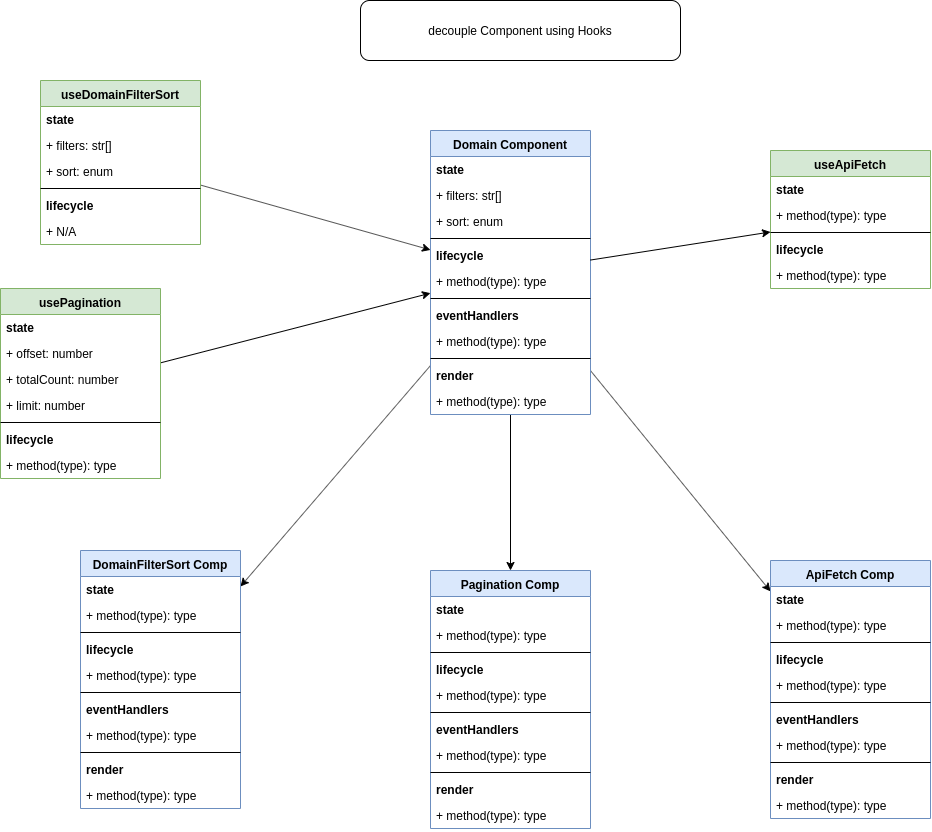
The draw.io diagram hook_decoupling.PNG in stsiwo/react_redux_concept, before a commit. Source tidied: cells renumbered, new cells last; positions are measured from the earlier drawing's top-left corner, leaving out a move shared by most shapes.
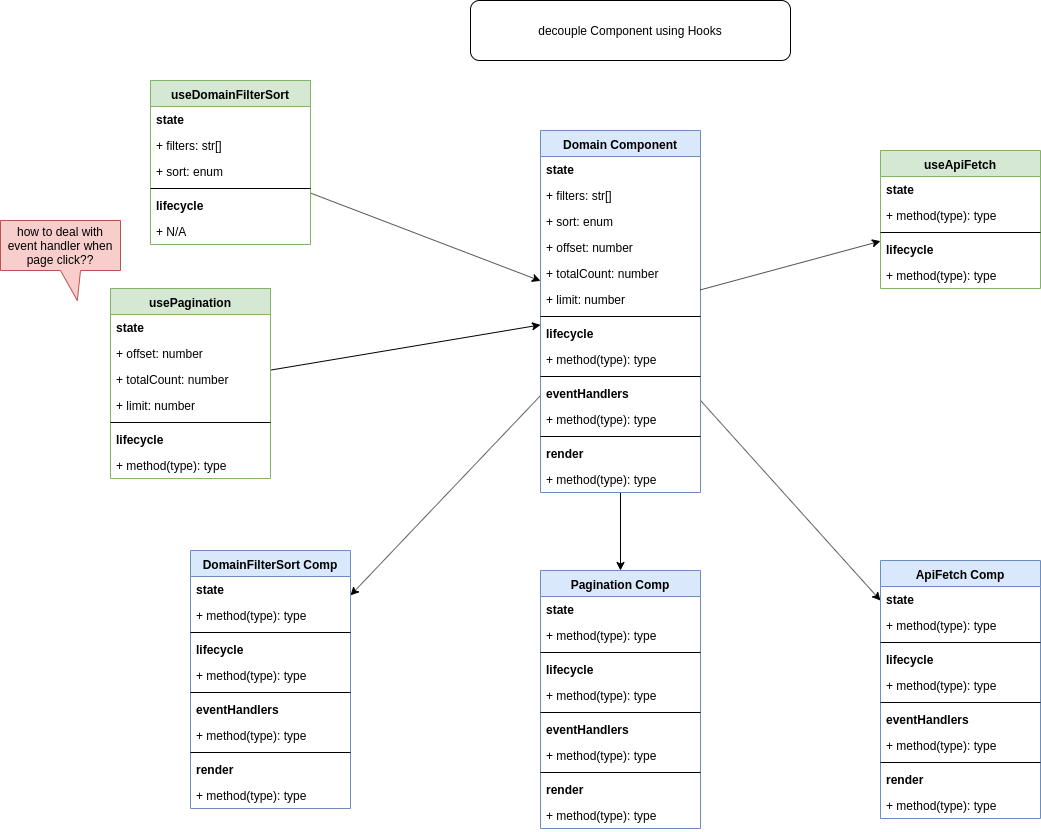
The same file after the commit.

What changed in the source:
```diff
@@ -15,7 +15,7 @@
       <mxGeometry relative="1" as="geometry" />
     </mxCell>
     <mxCell id="6" value="Domain Component" style="swimlane;fontStyle=1;align=center;verticalAlign=top;horizontal=1;startSize=26;fillColor=#dae8fc;strokeColor=#6c8ebf;" parent="1" vertex="1">
-      <mxGeometry x="430" y="130" width="160" height="284" as="geometry" />
+      <mxGeometry x="430" y="130" width="160" height="362" as="geometry" />
     </mxCell>
     <mxCell id="7" value="state" style="text;strokeColor=none;fillColor=none;align=left;verticalAlign=top;spacingLeft=4;spacingRight=4;overflow=hidden;fontStyle=1;" parent="6" vertex="1">
       <mxGeometry y="26" width="160" height="26" as="geometry" />
@@ -26,32 +26,41 @@
     <mxCell id="9" value="+ sort: enum" style="text;strokeColor=none;fillColor=none;align=left;verticalAlign=top;spacingLeft=4;spacingRight=4;overflow=hidden;" parent="6" vertex="1">
       <mxGeometry y="78" width="160" height="26" as="geometry" />
     </mxCell>
+    <mxCell id="79" value="+ offset: number" style="text;strokeColor=none;fillColor=none;align=left;verticalAlign=top;spacingLeft=4;spacingRight=4;overflow=hidden;" parent="6" vertex="1">
+      <mxGeometry y="104" width="160" height="26" as="geometry" />
+    </mxCell>
+    <mxCell id="80" value="+ totalCount: number" style="text;strokeColor=none;fillColor=none;align=left;verticalAlign=top;spacingLeft=4;spacingRight=4;overflow=hidden;" parent="6" vertex="1">
+      <mxGeometry y="130" width="160" height="26" as="geometry" />
+    </mxCell>
+    <mxCell id="81" value="+ limit: number" style="text;strokeColor=none;fillColor=none;align=left;verticalAlign=top;spacingLeft=4;spacingRight=4;overflow=hidden;" parent="6" vertex="1">
+      <mxGeometry y="156" width="160" height="26" as="geometry" />
+    </mxCell>
     <mxCell id="10" style="line;strokeWidth=1;fillColor=none;align=left;verticalAlign=middle;spacingTop=-1;spacingLeft=3;spacingRight=3;labelPosition=right;" parent="6" vertex="1">
-      <mxGeometry y="104" width="160" height="8" as="geometry" />
+      <mxGeometry y="182" width="160" height="8" as="geometry" />
     </mxCell>
     <mxCell id="11" value="lifecycle" style="text;strokeColor=none;fillColor=none;align=left;verticalAlign=top;spacingLeft=4;spacingRight=4;overflow=hidden;fontStyle=1;" parent="6" vertex="1">
-      <mxGeometry y="112" width="160" height="26" as="geometry" />
+      <mxGeometry y="190" width="160" height="26" as="geometry" />
     </mxCell>
     <mxCell id="12" value="+ method(type): type" style="text;strokeColor=none;fillColor=none;align=left;verticalAlign=top;spacingLeft=4;spacingRight=4;overflow=hidden;" parent="6" vertex="1">
-      <mxGeometry y="138" width="160" height="26" as="geometry" />
+      <mxGeometry y="216" width="160" height="26" as="geometry" />
     </mxCell>
     <mxCell id="13" style="line;strokeWidth=1;fillColor=none;align=left;verticalAlign=middle;spacingTop=-1;spacingLeft=3;spacingRight=3;labelPosition=right;" parent="6" vertex="1">
-      <mxGeometry y="164" width="160" height="8" as="geometry" />
+      <mxGeometry y="242" width="160" height="8" as="geometry" />
     </mxCell>
     <mxCell id="14" value="eventHandlers" style="text;strokeColor=none;fillColor=none;align=left;verticalAlign=top;spacingLeft=4;spacingRight=4;overflow=hidden;fontStyle=1;" parent="6" vertex="1">
-      <mxGeometry y="172" width="160" height="26" as="geometry" />
+      <mxGeometry y="250" width="160" height="26" as="geometry" />
     </mxCell>
     <mxCell id="15" value="+ method(type): type" style="text;strokeColor=none;fillColor=none;align=left;verticalAlign=top;spacingLeft=4;spacingRight=4;overflow=hidden;" parent="6" vertex="1">
-      <mxGeometry y="198" width="160" height="26" as="geometry" />
+      <mxGeometry y="276" width="160" height="26" as="geometry" />
     </mxCell>
     <mxCell id="16" style="line;strokeWidth=1;fillColor=none;align=left;verticalAlign=middle;spacingTop=-1;spacingLeft=3;spacingRight=3;labelPosition=right;" parent="6" vertex="1">
-      <mxGeometry y="224" width="160" height="8" as="geometry" />
+      <mxGeometry y="302" width="160" height="8" as="geometry" />
     </mxCell>
     <mxCell id="17" value="render" style="text;strokeColor=none;fillColor=none;align=left;verticalAlign=top;spacingLeft=4;spacingRight=4;overflow=hidden;fontStyle=1;" parent="6" vertex="1">
-      <mxGeometry y="232" width="160" height="26" as="geometry" />
+      <mxGeometry y="310" width="160" height="26" as="geometry" />
     </mxCell>
     <mxCell id="18" value="+ method(type): type" style="text;strokeColor=none;fillColor=none;align=left;verticalAlign=top;spacingLeft=4;spacingRight=4;overflow=hidden;" parent="6" vertex="1">
-      <mxGeometry y="258" width="160" height="26" as="geometry" />
+      <mxGeometry y="336" width="160" height="26" as="geometry" />
     </mxCell>
     <mxCell id="19" value="DomainFilterSort Comp" style="swimlane;fontStyle=1;align=center;verticalAlign=top;horizontal=1;startSize=26;fillColor=#dae8fc;strokeColor=#6c8ebf;" parent="1" vertex="1">
       <mxGeometry x="80" y="550" width="160" height="258" as="geometry" />
@@ -233,5 +242,8 @@
     <mxCell id="78" style="edgeStyle=none;rounded=0;jettySize=auto;html=1;" parent="1" edge="1" source="6" target="72">
       <mxGeometry relative="1" as="geometry" />
     </mxCell>
+    <mxCell id="82" value="how to deal with event handler when page click??" style="shape=callout;whiteSpace=wrap;html=1;perimeter=calloutPerimeter;position2=0.64;fillColor=#f8cecc;strokeColor=#b85450;" parent="1" vertex="1">
+      <mxGeometry x="-110" y="220" width="120" height="80" as="geometry" />
+    </mxCell>
   </root>
 </mxGraphModel>
```
